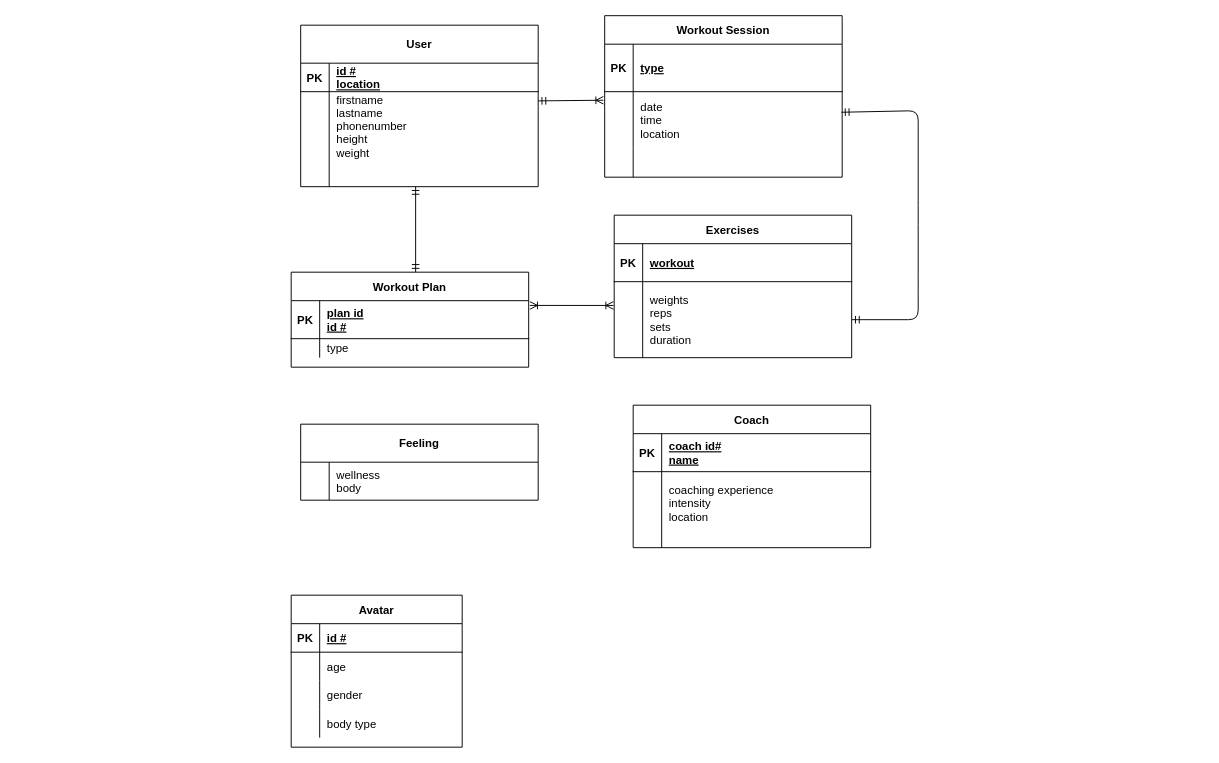
YmaniN/FitnessTracker keeps this draw.io diagram as Untitled Diagram.drawio. Above is the earlier version. Source tidied: cells renumbered, new cells numbered last; positions are measured from the earlier drawing's top-left corner, leaving out a move shared by most shapes. Both pictures are drawn from the tidied source at 95%, with x=0, y=0 at pixel (291, 15).
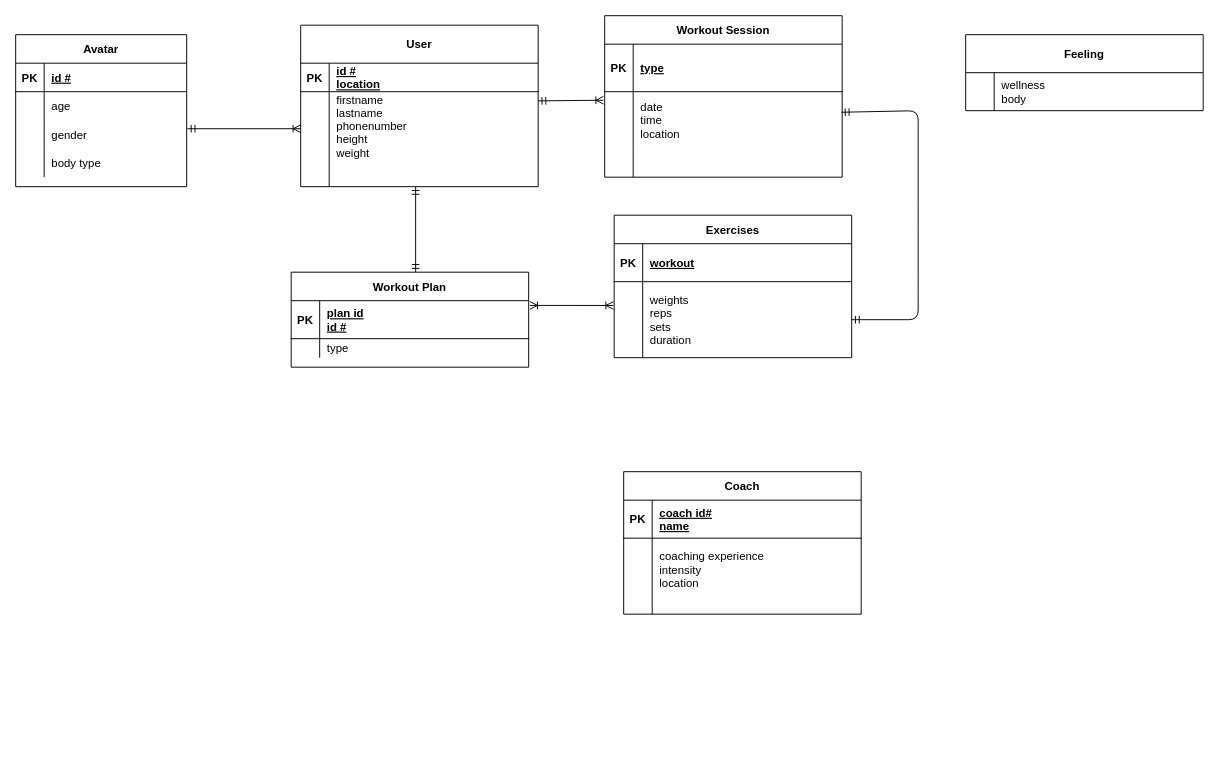
Above is the later version.

Commit message:
user to avatar

a user has one avatar and an avatar can be used by multiple users

Unchanged cells that the change refers to:
```xml
<mxCell id="30" style="shape=partialRectangle;fillColor=none;points=[[0,0.5],[1,0.5]];portConstraint=eastwest;top=0;left=0;right=0;bottom=0;" parent="26" vertex="1">
  <mxGeometry y="70" width="250" height="100" as="geometry" />
</mxCell>
<mxCell id="51" style="shape=partialRectangle;fillColor=none;top=0;left=0;bottom=0;right=0;points=[[0,0.5],[1,0.5]];portConstraint=eastwest;" parent="44" vertex="1">
  <mxGeometry y="90" width="180" height="30" as="geometry" />
</mxCell>
```

Change to the diagram source:
```diff
@@
     <mxCell id="33" value="Feeling" style="shape=table;startSize=40;childLayout=tableLayout;rowLines=0;fontStyle=1;align=center;" parent="1" vertex="1">
-      <mxGeometry x="10" y="430" width="250" height="80" as="geometry" />
+      <mxGeometry x="710" y="20" width="250" height="80" as="geometry" />
     </mxCell>
@@
     <mxCell id="37" value="Coach" style="shape=table;startSize=30;childLayout=tableLayout;rowLines=0;fontStyle=1;align=center;" parent="1" vertex="1">
-      <mxGeometry x="360" y="410" width="250" height="150" as="geometry" />
+      <mxGeometry x="350" y="480" width="250" height="150" as="geometry" />
     </mxCell>
@@
     <mxCell id="44" value="Avatar" style="shape=table;startSize=30;childLayout=tableLayout;rowLines=0;fontStyle=1;align=center;" parent="1" vertex="1">
-      <mxGeometry y="610" width="180" height="160" as="geometry" />
+      <mxGeometry x="-290" y="20" width="180" height="160" as="geometry" />
     </mxCell>
@@
+    <mxCell id="61" style="endArrow=ERoneToMany;html=1;entryX=0;entryY=0.39;entryDx=0;entryDy=0;entryPerimeter=0;exitX=1.004;exitY=0.3;exitDx=0;exitDy=0;exitPerimeter=0;endFill=0;startArrow=ERmandOne;startFill=0;" parent="1" edge="1" source="51" target="30">
+      <mxGeometry relative="1" as="geometry" />
+    </mxCell>
```
